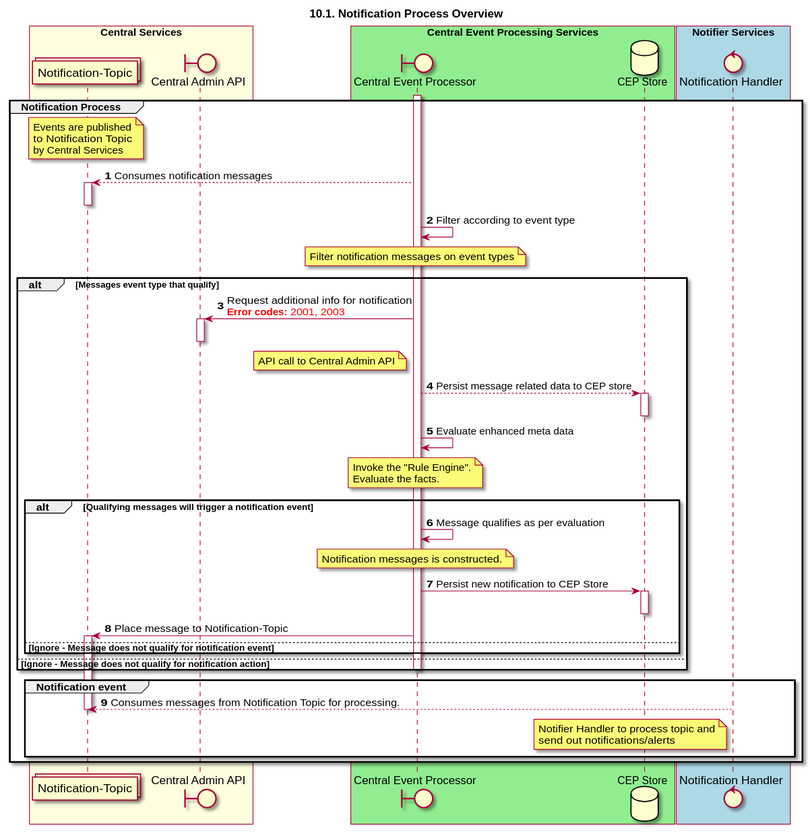
The PlantUML diagram docs/sequence_diagrams/notification-ProcessesOverview.svg in mojaloop/central-event-processor, before a commit. Source of this version:
```plantuml
@startuml
title 10.1. Notification Process Overview
autonumber

boundary "Central Admin API" as CLAPI
boundary "Central Event Processor" as CEP
control "Notification Handler" as NOTIFIER
collections "Notification-Topic" as TOPIC_NOTIFY
database "CEP Store" as DB

box "Central Services" #LightYellow
participant TOPIC_NOTIFY
participant CLAPI
end box
box "Central Event Processing Services" #LightGreen
participant CEP
participant DB
end box
box "Notifier Services" #LightBlue
participant NOTIFIER
end box

group Notification Process
    activate CEP
    note over TOPIC_NOTIFY
        Events are published
        to Notification Topic
        by Central Services
    end note
    TOPIC_NOTIFY <-- CEP: Consumes notification messages
    activate TOPIC_NOTIFY
    deactivate TOPIC_NOTIFY
    CEP -> CEP: Filter according to event type
    note over CEP
        Filter notification messages on event types
    end note

    alt Messages event type that qualify
        CEP -> CLAPI: Request additional info for notification\n<color #FF0000><b>Error codes:</b> 2001, 2003 </color>
        activate CLAPI
        note left of CEP
            API call to Central Admin API
        end note
        deactivate CLAPI
        CEP --> DB: Persist message related data to CEP store
        activate DB
        deactivate DB
        CEP -> CEP: Evaluate enhanced meta data
        note over of CEP
            Invoke the "Rule Engine".
            Evaluate the facts.
        end note

        alt Qualifying messages will trigger a notification event
            CEP -> CEP: Message qualifies as per evaluation
            note over of CEP
                Notification messages is constructed.
            end note
            CEP -> DB: Persist new notification to CEP Store
            activate DB
            deactivate DB
            TOPIC_NOTIFY <- CEP: Place message to Notification-Topic
            activate TOPIC_NOTIFY
        else Ignore - Message does not qualify for notification event
        end
    else Ignore - Message does not qualify for notification action
    deactivate CEP
    end

    group Notification event
    TOPIC_NOTIFY <-- NOTIFIER: Consumes messages from Notification Topic for processing.
    note left of NOTIFIER
        Notifier Handler to process topic and
        send out notifications/alerts
    end note
            deactivate TOPIC_NOTIFY
    end
end
@enduml
```
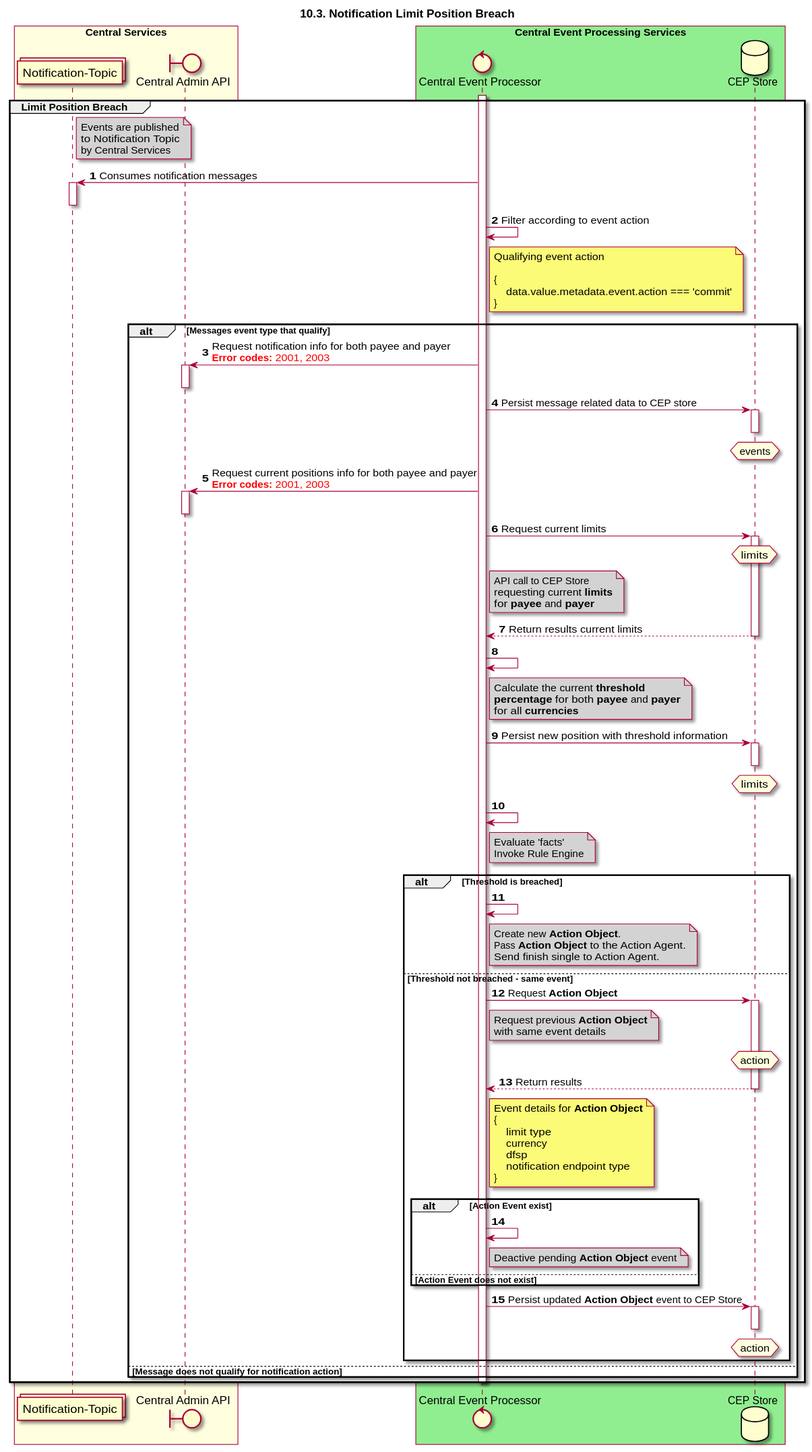
Later version of the same file.

Change to the diagram source:
```diff
@@ -1,11 +1,10 @@
 @startuml
-title 10.1. Notification Process Overview
+title 10.3. Notification Limit Position Breach
 autonumber
 
+collections "Notification-Topic" as TOPIC_NOTIFY
 boundary "Central Admin API" as CLAPI
-boundary "Central Event Processor" as CEP
-control "Notification Handler" as NOTIFIER
-collections "Notification-Topic" as TOPIC_NOTIFY
+control "Central Event Processor" as CEP
 database "CEP Store" as DB
 
 box "Central Services" #LightYellow
@@ -16,64 +15,113 @@
 participant CEP
 participant DB
 end box
-box "Notifier Services" #LightBlue
-participant NOTIFIER
-end box
 
-group Notification Process
+Group Limit Position Breach
     activate CEP
-    note over TOPIC_NOTIFY
+    note right of TOPIC_NOTIFY #LightGrey
         Events are published
         to Notification Topic
         by Central Services
     end note
-    TOPIC_NOTIFY <-- CEP: Consumes notification messages
+    TOPIC_NOTIFY <- CEP: Consumes notification messages
     activate TOPIC_NOTIFY
     deactivate TOPIC_NOTIFY
-    CEP -> CEP: Filter according to event type
-    note over CEP
-        Filter notification messages on event types
+    CEP -> CEP: Filter according to event action
+    note right of CEP
+        Qualifying event action
+
+        {
+            data.value.metadata.event.action === 'commit'
+        }
     end note
 
     alt Messages event type that qualify
-        CEP -> CLAPI: Request additional info for notification\n<color #FF0000><b>Error codes:</b> 2001, 2003 </color>
+        CLAPI <- CEP: Request notification info for both payee and payer\n<color #FF0000><b>Error codes:</b> 2001, 2003 </color>
         activate CLAPI
-        note left of CEP
-            API call to Central Admin API
+        deactivate CLAPI
+        CEP -> DB: Persist message related data to CEP store
+        activate DB
+        hnote over DB #LightYellow
+            events
+        end hnote
+        deactivate DB
+        CLAPI <- CEP: Request current positions info for both payee and payer\n<color #FF0000><b>Error codes:</b> 2001, 2003 </color>
+        activate CLAPI
+        deactivate CLAPI
+        CEP -> DB: Request current limits
+        activate DB
+        hnote over DB #LightYellow
+            limits
+        end hnote
+        note right of CEP #LightGrey
+            API call to CEP Store
+            requesting current **limits**
+            for **payee** and **payer**
         end note
-        deactivate CLAPI
-        CEP --> DB: Persist message related data to CEP store
+        CEP <-- DB: Return results current limits
+        deactivate DB
+        CEP -> CEP:
+        note right of CEP #LightGrey
+            Calculate the current **threshold**
+            **percentage** for both **payee** and **payer**
+            for all **currencies**
+        end note
+        CEP -> DB: Persist new position with threshold information
         activate DB
+        hnote over DB #LightYellow
+            limits
+        end hnote
         deactivate DB
-        CEP -> CEP: Evaluate enhanced meta data
-        note over of CEP
-            Invoke the "Rule Engine".
-            Evaluate the facts.
+        CEP -> CEP
+        note right of CEP #LightGrey
+            Evaluate 'facts'
+            Invoke Rule Engine
         end note
 
-        alt Qualifying messages will trigger a notification event
-            CEP -> CEP: Message qualifies as per evaluation
-            note over of CEP
-                Notification messages is constructed.
+        alt Threshold is breached
+            CEP -> CEP:
+            note right of CEP #LightGrey
+                Create new **Action Object**.
+                Pass **Action Object** to the Action Agent.
+                Send finish single to Action Agent.
             end note
-            CEP -> DB: Persist new notification to CEP Store
+        else Threshold not breached - same event
+            CEP -> DB: Request **Action Object**
+            note right of CEP #LightGrey
+                Request previous **Action Object**
+                with same event details
+            end note
             activate DB
-            deactivate DB
-            TOPIC_NOTIFY <- CEP: Place message to Notification-Topic
-            activate TOPIC_NOTIFY
-        else Ignore - Message does not qualify for notification event
+        hnote over DB #LightYellow
+            action
+        end hnote
+        CEP <-- DB: Return results
+        deactivate DB
+            note right of CEP
+                Event details for **Action Object**
+                {
+                    limit type
+                    currency
+                    dfsp
+                    notification endpoint type
+                }
+            end note
+            alt Action Event exist
+                CEP -> CEP
+                note right of CEP #LightGrey
+                    Deactive pending **Action Object** event
+                end note
+            else Action Event does not exist
+            end
+        CEP -> DB: Persist updated **Action Object** event to CEP Store
+        activate DB
+        hnote over DB #LightYellow
+            action
+        end hnote
+        deactivate DB
         end
-    else Ignore - Message does not qualify for notification action
+    else Message does not qualify for notification action
+    end
     deactivate CEP
-    end
-
-    group Notification event
-    TOPIC_NOTIFY <-- NOTIFIER: Consumes messages from Notification Topic for processing.
-    note left of NOTIFIER
-        Notifier Handler to process topic and
-        send out notifications/alerts
-    end note
-            deactivate TOPIC_NOTIFY
-    end
 end
 @enduml
```
